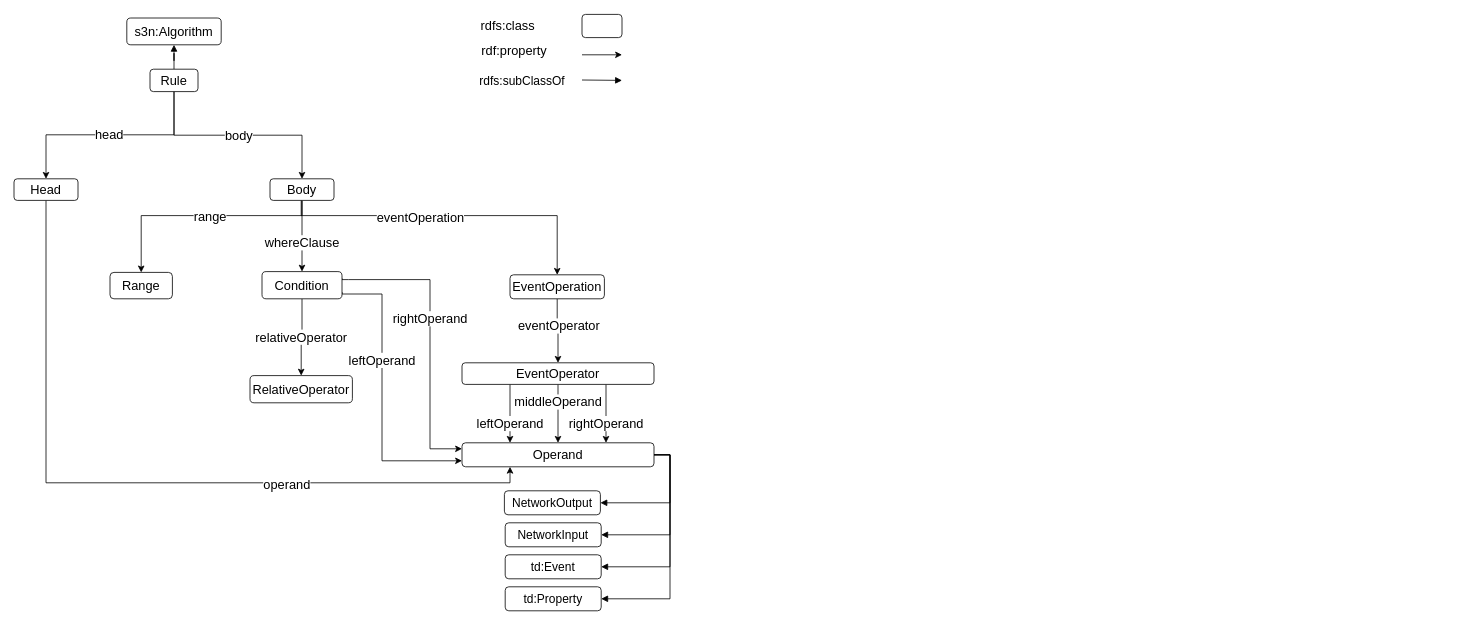
Above: Untitled Diagram.drawio in Haoyu-R/appendix (draw.io), before the change. Source tidied: cells renumbered, new cells numbered last; positions are measured from the earlier drawing's top-left corner, leaving out a move shared by most shapes. Both pictures are drawn from the tidied source at 80%, with x=0, y=0 at pixel (14, 14).
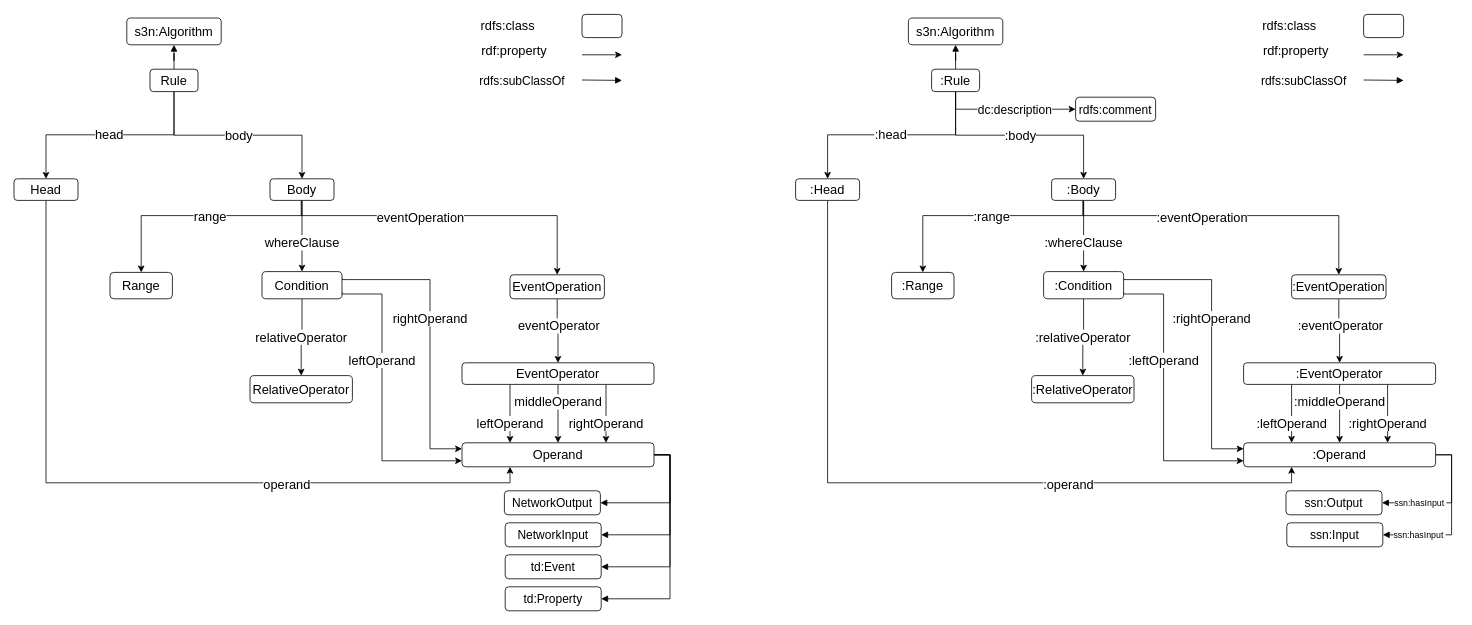
Above is the later version.

Change to the diagram source:
```diff
@@
+    <mxCell id="44" value="&lt;div style=&quot;font-size: 16px&quot;&gt;:head&lt;/div&gt;" style="edgeStyle=orthogonalEdgeStyle;rounded=0;jettySize=auto;html=1;exitX=0.5;exitY=1;exitDx=0;exitDy=0;entryX=0.5;entryY=0;entryDx=0;entryDy=0;fontSize=16;" parent="1" edge="1" source="47" target="50">
+      <mxGeometry relative="1" as="geometry">
+        <Array as="points">
+          <mxPoint x="1177" y="151" />
+          <mxPoint x="1017" y="151" />
+        </Array>
+      </mxGeometry>
+    </mxCell>
+    <mxCell id="45" value=":body" style="edgeStyle=orthogonalEdgeStyle;rounded=0;jettySize=auto;html=1;exitX=0.5;exitY=1;exitDx=0;exitDy=0;entryX=0.5;entryY=0;entryDx=0;entryDy=0;fontSize=16;" parent="1" edge="1" source="47" target="56">
+      <mxGeometry relative="1" as="geometry" />
+    </mxCell>
+    <mxCell id="46" style="edgeStyle=orthogonalEdgeStyle;rounded=0;jettySize=auto;html=1;fontSize=16;endArrow=block;endFill=1;" parent="1" edge="1" source="47" target="79">
+      <mxGeometry relative="1" as="geometry" />
+    </mxCell>
+    <mxCell id="47" value=":Rule" style="rounded=1;whiteSpace=wrap;html=1;fontSize=16;" parent="1" vertex="1">
+      <mxGeometry x="1147" y="69" width="60" height="28" as="geometry" />
+    </mxCell>
+    <mxCell id="48" style="edgeStyle=orthogonalEdgeStyle;rounded=0;jettySize=auto;html=1;exitX=0.5;exitY=1;exitDx=0;exitDy=0;entryX=0.25;entryY=1;entryDx=0;entryDy=0;fontSize=16;" parent="1" edge="1" source="50" target="74">
+      <mxGeometry relative="1" as="geometry" />
+    </mxCell>
+    <mxCell id="49" value=":operand" style="edgeLabel;html=1;align=center;verticalAlign=middle;fontSize=16;" parent="48" vertex="1">
+      <mxGeometry x="0.37" y="-1" relative="1" as="geometry" />
+    </mxCell>
+    <mxCell id="50" value=":Head" style="rounded=1;whiteSpace=wrap;html=1;fontSize=16;" parent="1" vertex="1">
+      <mxGeometry x="977" y="206" width="80" height="27" as="geometry" />
+    </mxCell>
+    <mxCell id="51" style="edgeStyle=orthogonalEdgeStyle;rounded=0;jettySize=auto;html=1;exitX=0.5;exitY=1;exitDx=0;exitDy=0;fontSize=16;" parent="1" edge="1" source="56" target="59">
+      <mxGeometry relative="1" as="geometry">
+        <Array as="points">
+          <mxPoint x="1336" y="252" />
+          <mxPoint x="1656" y="252" />
+        </Array>
+      </mxGeometry>
+    </mxCell>
+    <mxCell id="52" value=":eventOperation" style="edgeLabel;html=1;align=center;verticalAlign=middle;fontSize=16;" parent="51" vertex="1">
+      <mxGeometry x="-0.58" y="-1" relative="1" as="geometry">
+        <mxPoint x="81" as="offset" />
+      </mxGeometry>
+    </mxCell>
+    <mxCell id="53" value=":whereClause" style="edgeStyle=orthogonalEdgeStyle;rounded=0;jettySize=auto;html=1;exitX=0.5;exitY=1;exitDx=0;exitDy=0;entryX=0.5;entryY=0;entryDx=0;entryDy=0;fontSize=16;" parent="1" edge="1" source="56" target="63">
+      <mxGeometry x="0.19" relative="1" as="geometry" />
+    </mxCell>
+    <mxCell id="54" style="edgeStyle=orthogonalEdgeStyle;rounded=0;jettySize=auto;html=1;exitX=0.5;exitY=1;exitDx=0;exitDy=0;fontSize=16;entryX=0.5;entryY=0;entryDx=0;entryDy=0;" parent="1" edge="1" source="56" target="64">
+      <mxGeometry relative="1" as="geometry">
+        <Array as="points">
+          <mxPoint x="1336" y="252" />
+          <mxPoint x="1116" y="252" />
+        </Array>
+      </mxGeometry>
+    </mxCell>
+    <mxCell id="55" value=":range" style="edgeLabel;html=1;align=center;verticalAlign=middle;fontSize=16;" parent="54" vertex="1">
+      <mxGeometry x="0.18" y="3" relative="1" as="geometry">
+        <mxPoint x="37" y="-3" as="offset" />
+      </mxGeometry>
+    </mxCell>
+    <mxCell id="56" value=":Body" style="rounded=1;whiteSpace=wrap;html=1;fontSize=16;" parent="1" vertex="1">
+      <mxGeometry x="1297" y="206" width="80" height="27" as="geometry" />
+    </mxCell>
+    <mxCell id="57" style="edgeStyle=orthogonalEdgeStyle;rounded=0;jettySize=auto;html=1;exitX=0.5;exitY=1;exitDx=0;exitDy=0;entryX=0.5;entryY=0;entryDx=0;entryDy=0;fontSize=16;" parent="1" edge="1" source="59" target="68">
+      <mxGeometry relative="1" as="geometry" />
+    </mxCell>
+    <mxCell id="58" value=":eventOperator" style="edgeLabel;html=1;align=center;verticalAlign=middle;fontSize=16;" parent="57" vertex="1">
+      <mxGeometry x="-0.19" y="-3" relative="1" as="geometry">
+        <mxPoint x="4" as="offset" />
+      </mxGeometry>
+    </mxCell>
+    <mxCell id="59" value="&lt;font style=&quot;font-size: 16px&quot;&gt;:EventOperation&lt;/font&gt;" style="rounded=1;whiteSpace=wrap;html=1;fontSize=16;" parent="1" vertex="1">
+      <mxGeometry x="1597" y="326" width="118" height="30" as="geometry" />
+    </mxCell>
+    <mxCell id="60" value=":relativeOperator" style="edgeStyle=orthogonalEdgeStyle;rounded=0;jettySize=auto;html=1;exitX=0.5;exitY=1;exitDx=0;exitDy=0;entryX=0.5;entryY=0;entryDx=0;entryDy=0;fontSize=16;" parent="1" edge="1" source="63" target="69">
+      <mxGeometry relative="1" as="geometry" />
+    </mxCell>
+    <mxCell id="61" value=":leftOperand" style="edgeStyle=orthogonalEdgeStyle;rounded=0;jettySize=auto;html=1;exitX=1;exitY=0.75;exitDx=0;exitDy=0;entryX=0;entryY=0.75;entryDx=0;entryDy=0;fontSize=16;" parent="1" edge="1" source="63" target="74">
+      <mxGeometry x="-0.25" relative="1" as="geometry">
+        <Array as="points">
+          <mxPoint x="1387" y="350" />
+          <mxPoint x="1437" y="350" />
+          <mxPoint x="1437" y="559" />
+          <mxPoint x="1537" y="559" />
+        </Array>
+      </mxGeometry>
+    </mxCell>
+    <mxCell id="62" value=":rightOperand" style="edgeStyle=orthogonalEdgeStyle;rounded=0;jettySize=auto;html=1;exitX=1;exitY=0.25;exitDx=0;exitDy=0;fontSize=16;entryX=0;entryY=0.25;entryDx=0;entryDy=0;" parent="1" edge="1" source="63" target="74">
+      <mxGeometry x="-0.12" relative="1" as="geometry">
+        <Array as="points">
+          <mxPoint x="1395" y="332" />
+          <mxPoint x="1497" y="332" />
+          <mxPoint x="1497" y="544" />
+          <mxPoint x="1537" y="544" />
+        </Array>
+      </mxGeometry>
+    </mxCell>
+    <mxCell id="63" value=":Condition" style="rounded=1;whiteSpace=wrap;html=1;fontSize=16;" parent="1" vertex="1">
+      <mxGeometry x="1287" y="322" width="100" height="34" as="geometry" />
+    </mxCell>
+    <mxCell id="64" value=":Range" style="rounded=1;whiteSpace=wrap;html=1;fontSize=16;" parent="1" vertex="1">
+      <mxGeometry x="1097" y="323" width="78" height="33" as="geometry" />
+    </mxCell>
+    <mxCell id="65" value=":middleOperand" style="edgeStyle=orthogonalEdgeStyle;rounded=0;jettySize=auto;html=1;exitX=0.5;exitY=1;exitDx=0;exitDy=0;entryX=0.5;entryY=0;entryDx=0;entryDy=0;fontSize=16;" parent="1" edge="1" source="68" target="74">
+      <mxGeometry x="-0.4" relative="1" as="geometry" />
+    </mxCell>
+    <mxCell id="66" value=":rightOperand" style="edgeStyle=orthogonalEdgeStyle;rounded=0;jettySize=auto;html=1;exitX=0.75;exitY=1;exitDx=0;exitDy=0;entryX=0.75;entryY=0;entryDx=0;entryDy=0;fontSize=16;" parent="1" edge="1" source="68" target="74">
+      <mxGeometry x="0.34" relative="1" as="geometry" />
+    </mxCell>
+    <mxCell id="67" value=":leftOperand" style="edgeStyle=orthogonalEdgeStyle;rounded=0;jettySize=auto;html=1;exitX=0.25;exitY=1;exitDx=0;exitDy=0;entryX=0.25;entryY=0;entryDx=0;entryDy=0;fontSize=16;" parent="1" edge="1" source="68" target="74">
+      <mxGeometry x="0.34" relative="1" as="geometry">
+        <Array as="points">
+          <mxPoint x="1597" y="463" />
+          <mxPoint x="1597" y="536" />
+        </Array>
+      </mxGeometry>
+    </mxCell>
+    <mxCell id="68" value=":EventOperator" style="rounded=1;whiteSpace=wrap;html=1;fontSize=16;" parent="1" vertex="1">
+      <mxGeometry x="1537" y="436" width="240" height="27" as="geometry" />
+    </mxCell>
+    <mxCell id="69" value=":RelativeOperator" style="rounded=1;whiteSpace=wrap;html=1;fontSize=16;" parent="1" vertex="1">
+      <mxGeometry x="1272" y="452" width="128" height="34" as="geometry" />
+    </mxCell>
+    <mxCell id="70" style="edgeStyle=orthogonalEdgeStyle;rounded=0;jettySize=auto;html=1;exitX=1;exitY=0.5;exitDx=0;exitDy=0;entryX=1;entryY=0.5;entryDx=0;entryDy=0;endArrow=block;endFill=1;" parent="1" edge="1" source="74" target="82">
+      <mxGeometry relative="1" as="geometry" />
+    </mxCell>
+    <mxCell id="71" value="ssn:hasInput&amp;nbsp; " style="edgeLabel;html=1;align=center;verticalAlign=middle;" parent="70" vertex="1">
+      <mxGeometry x="0.35" relative="1" as="geometry">
+        <mxPoint x="-7" as="offset" />
+      </mxGeometry>
+    </mxCell>
+    <mxCell id="72" style="edgeStyle=orthogonalEdgeStyle;rounded=0;jettySize=auto;html=1;exitX=1;exitY=0.5;exitDx=0;exitDy=0;entryX=1;entryY=0.5;entryDx=0;entryDy=0;endArrow=block;endFill=1;" parent="1" edge="1" source="74" target="83">
+      <mxGeometry relative="1" as="geometry" />
+    </mxCell>
+    <mxCell id="73" value="ssn:hasInput&amp;nbsp; " style="edgeLabel;html=1;align=center;verticalAlign=middle;" parent="72" vertex="1">
+      <mxGeometry x="0.25" y="-2" relative="1" as="geometry">
+        <mxPoint x="-32" y="2" as="offset" />
+      </mxGeometry>
+    </mxCell>
+    <mxCell id="74" value="&lt;font style=&quot;font-size: 16px&quot;&gt;:Operand&lt;/font&gt;" style="rounded=1;whiteSpace=wrap;html=1;fontSize=16;" parent="1" vertex="1">
+      <mxGeometry x="1537" y="536" width="240" height="30" as="geometry" />
+    </mxCell>
+    <mxCell id="75" style="rounded=1;whiteSpace=wrap;html=1;fontSize=16;" parent="1" vertex="1">
+      <mxGeometry x="1687" y="0.5" width="50" height="29" as="geometry" />
+    </mxCell>
+    <mxCell id="76" value="rdfs:class" style="text;html=1;align=center;verticalAlign=middle;strokeColor=none;fontSize=16;" parent="1" vertex="1">
+      <mxGeometry x="1554" y="5" width="80" height="20" as="geometry" />
+    </mxCell>
+    <mxCell id="77" value="rdf:property" style="text;html=1;align=center;verticalAlign=middle;strokeColor=none;fontSize=16;" parent="1" vertex="1">
+      <mxGeometry x="1552" y="36" width="100" height="20" as="geometry" />
+    </mxCell>
+    <mxCell id="78" style="endArrow=classic;html=1;fontSize=16;" parent="1" edge="1">
+      <mxGeometry relative="1" as="geometry">
+        <mxPoint x="1687" y="51" as="sourcePoint" />
+        <mxPoint x="1737" y="51" as="targetPoint" />
+      </mxGeometry>
+    </mxCell>
+    <mxCell id="79" value="s3n:Algorithm" style="rounded=1;whiteSpace=wrap;html=1;fontSize=16;" parent="1" vertex="1">
+      <mxGeometry x="1118" y="5" width="118" height="33.5" as="geometry" />
+    </mxCell>
+    <mxCell id="80" value="rdfs:subClassOf" style="text;html=1;align=center;verticalAlign=middle;strokeColor=none;fontSize=15;" parent="1" vertex="1">
+      <mxGeometry x="1552" y="73" width="120" height="20" as="geometry" />
+    </mxCell>
+    <mxCell id="81" style="endArrow=block;html=1;fontSize=16;endFill=1;" parent="1" edge="1">
+      <mxGeometry relative="1" as="geometry">
+        <mxPoint x="1687" y="82.5" as="sourcePoint" />
+        <mxPoint x="1737" y="83" as="targetPoint" />
+      </mxGeometry>
+    </mxCell>
+    <mxCell id="82" value="ssn:Output" style="rounded=1;whiteSpace=wrap;html=1;fontSize=15;" parent="1" vertex="1">
+      <mxGeometry x="1590" y="596" width="120" height="30" as="geometry" />
+    </mxCell>
+    <mxCell id="83" value="ssn:Input" style="rounded=1;whiteSpace=wrap;html=1;fontSize=15;" parent="1" vertex="1">
+      <mxGeometry x="1591" y="636" width="120" height="30" as="geometry" />
+    </mxCell>
+    <mxCell id="84" value="dc:description" style="edgeStyle=orthogonalEdgeStyle;rounded=0;jettySize=auto;html=1;exitX=0.5;exitY=1;exitDx=0;exitDy=0;entryX=0;entryY=0.5;entryDx=0;entryDy=0;fontSize=15;" parent="1" edge="1" source="47" target="85">
+      <mxGeometry x="0.12" relative="1" as="geometry" />
+    </mxCell>
+    <mxCell id="85" value="rdfs:comment" style="rounded=1;whiteSpace=wrap;html=1;fontSize=15;" parent="1" vertex="1">
+      <mxGeometry x="1327" y="104" width="100" height="30" as="geometry" />
+    </mxCell>
```
